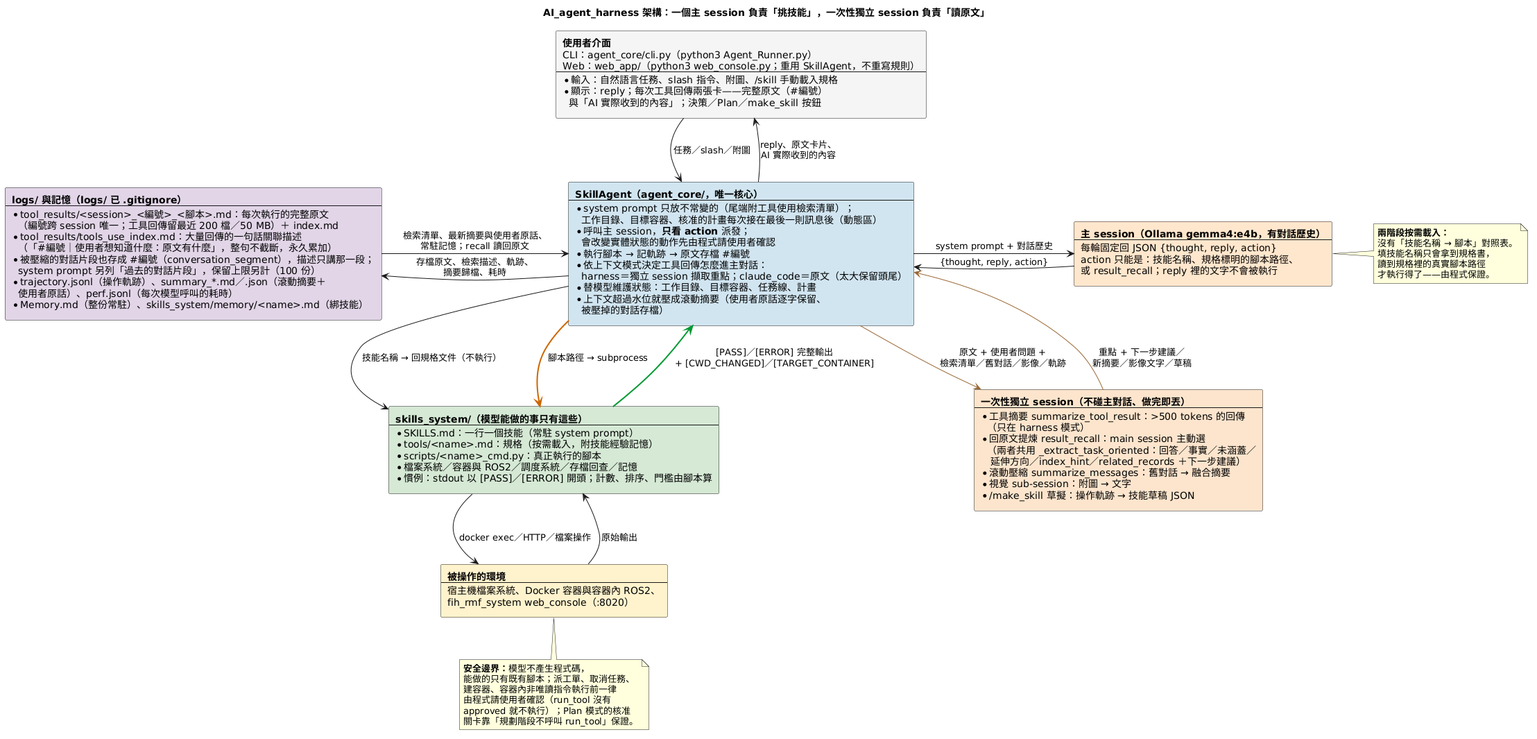
DavidZox/AI_agent_harness keeps this PlantUML diagram as doc/images/AI_agent_harness的說明.png. Above is the earlier version.
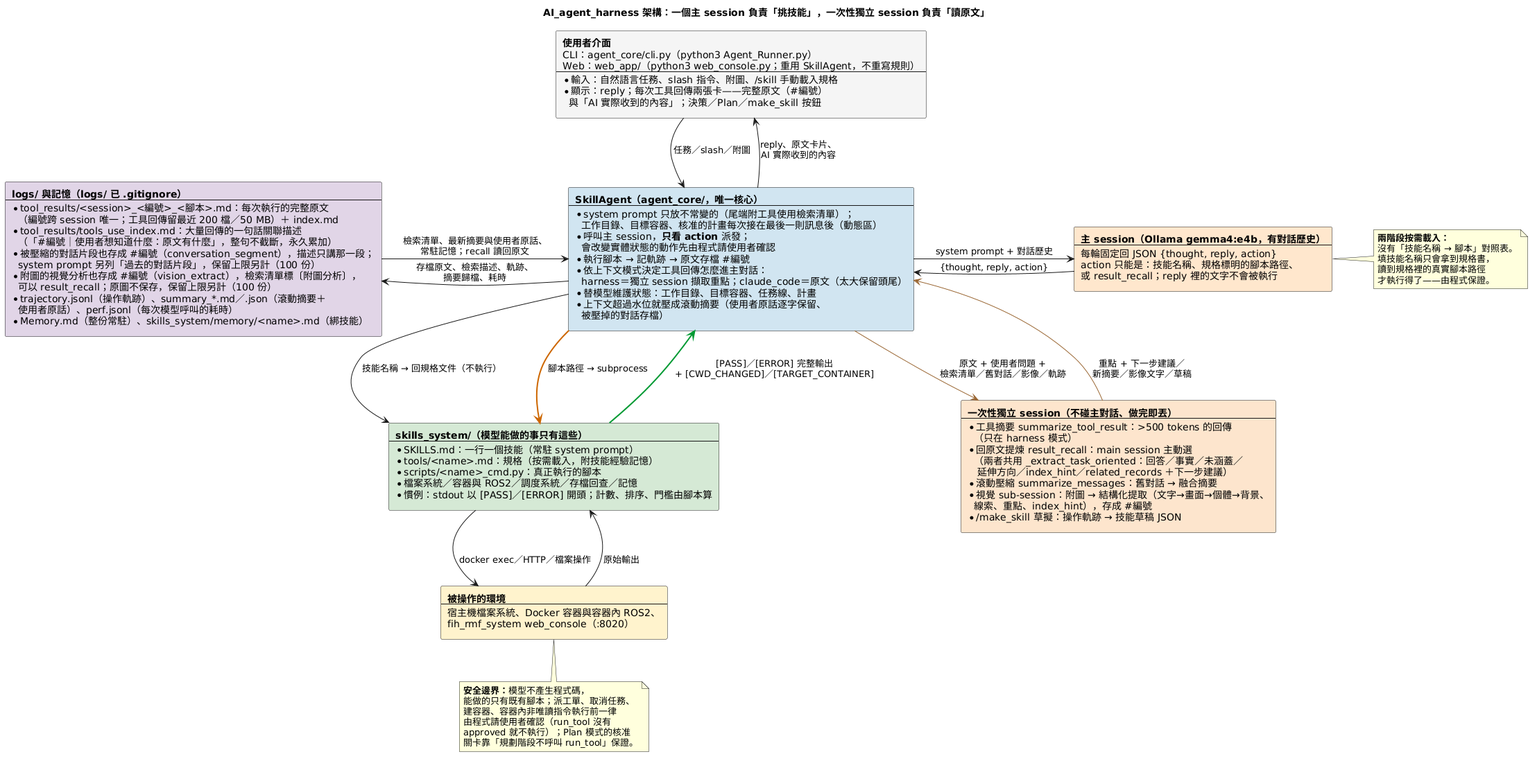
Above is the later version.

Change to the diagram source:
```diff
@@ -49,7 +49,8 @@
     （兩者共用 _extract_task_oriented：回答／事實／未涵蓋／
      延伸方向／index_hint／related_records ＋下一步建議）
   * 滾動壓縮 summarize_messages：舊對話 → 融合摘要
-  * 視覺 sub-session：附圖 → 文字
+  * 視覺 sub-session：附圖 → 結構化提取（文字→畫面→個體→背景、
+    線索、重點、index_hint），存成 #編號
   * /make_skill 草擬：操作軌跡 → 技能草稿 JSON
 ]
 
@@ -79,6 +80,8 @@
     （「#編號｜使用者想知道什麼：原文有什麼」，整句不截斷，永久累加）
   * 被壓縮的對話片段也存成 #編號（conversation_segment），描述只講那一段；
     system prompt 另列「過去的對話片段」，保留上限另計（100 份）
+  * 附圖的視覺分析也存成 #編號（vision_extract），檢索清單標〔附圖分析〕，
+    可以 result_recall；原圖不保存，保留上限另計（100 份）
   * trajectory.jsonl（操作軌跡）、summary_*.md／.json（滾動摘要＋
     使用者原話）、perf.jsonl（每次模型呼叫的耗時）
   * Memory.md（整份常駐）、skills_system/memory/<name>.md（綁技能）
```
